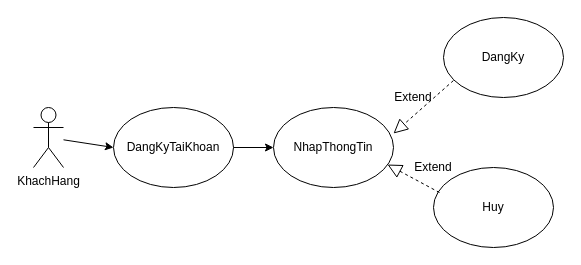
phamhieudev/BatDongSan keeps this draw.io diagram as page "dangky" (4 of 19) of usecasetongquatbds.drawio. Above is the earlier version. Source tidied: cells renumbered, new cells numbered last; positions are measured from the earlier drawing's top-left corner, leaving out a move shared by most shapes. Both pictures are drawn from the tidied source at 100%, with x=0, y=0 at pixel (33, 17).
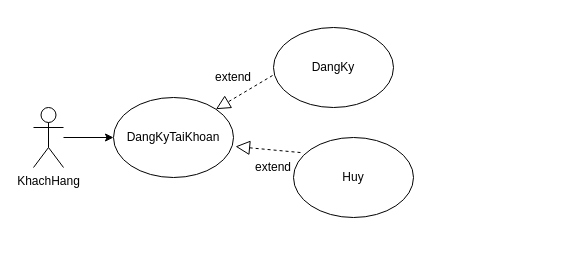
The same page after the edit.

The edit, as a diff of the source:
```diff
@@
 <mxGraphModel>
   <root>
     <mxCell id="0" />
     <mxCell id="1" parent="0" />
     <mxCell id="2" value="KhachHang" style="shape=umlActor;verticalLabelPosition=bottom;verticalAlign=top;html=1;outlineConnect=0;" parent="1" vertex="1">
       <mxGeometry y="90" width="30" height="60" as="geometry" />
     </mxCell>
     <mxCell id="3" value="DangKyTaiKhoan" style="ellipse;whiteSpace=wrap;html=1;" parent="1" vertex="1">
-      <mxGeometry x="80" y="90" width="120" height="80" as="geometry" />
+      <mxGeometry x="80" y="80" width="120" height="80" as="geometry" />
     </mxCell>
-    <mxCell id="4" value="NhapThongTin" style="ellipse;whiteSpace=wrap;html=1;" parent="1" vertex="1">
-      <mxGeometry x="240" y="90" width="120" height="80" as="geometry" />
-    </mxCell>
+    <mxCell id="7" style="endArrow=classic;html=1;entryX=0;entryY=0.5;entryDx=0;entryDy=0;" parent="1" edge="1" source="2" target="3">
+      <mxGeometry relative="1" as="geometry" />
+    </mxCell>
     <mxCell id="5" value="DangKy" style="ellipse;whiteSpace=wrap;html=1;" parent="1" vertex="1">
-      <mxGeometry x="410" width="120" height="80" as="geometry" />
+      <mxGeometry x="240" y="10" width="120" height="80" as="geometry" />
     </mxCell>
     <mxCell id="6" value="Huy" style="ellipse;whiteSpace=wrap;html=1;" parent="1" vertex="1">
-      <mxGeometry x="400" y="150" width="120" height="80" as="geometry" />
+      <mxGeometry x="260" y="120" width="120" height="80" as="geometry" />
     </mxCell>
-    <mxCell id="7" style="endArrow=classic;html=1;entryX=0;entryY=0.5;entryDx=0;entryDy=0;" parent="1" edge="1" source="2" target="3">
-      <mxGeometry relative="1" as="geometry" />
-    </mxCell>
-    <mxCell id="8" style="endArrow=classic;html=1;exitX=1;exitY=0.5;exitDx=0;exitDy=0;entryX=0;entryY=0.5;entryDx=0;entryDy=0;" parent="1" edge="1" source="3" target="4">
-      <mxGeometry relative="1" as="geometry" />
-    </mxCell>
-    <mxCell id="9" style="endArrow=block;dashed=1;endFill=0;endSize=12;html=1;entryX=1;entryY=0.325;entryDx=0;entryDy=0;entryPerimeter=0;exitX=0.083;exitY=0.788;exitDx=0;exitDy=0;exitPerimeter=0;" parent="1" edge="1" source="5" target="4">
-      <mxGeometry relative="1" as="geometry" />
-    </mxCell>
-    <mxCell id="10" style="endArrow=block;dashed=1;endFill=0;endSize=12;html=1;entryX=0.95;entryY=0.713;entryDx=0;entryDy=0;entryPerimeter=0;exitX=0.05;exitY=0.313;exitDx=0;exitDy=0;exitPerimeter=0;" parent="1" edge="1" source="6" target="4">
-      <mxGeometry relative="1" as="geometry" />
-    </mxCell>
-    <mxCell id="11" value="Extend" style="text;html=1;strokeColor=none;fillColor=none;align=center;verticalAlign=middle;whiteSpace=wrap;rounded=0;" parent="1" vertex="1">
-      <mxGeometry x="360" y="70" width="40" height="20" as="geometry" />
-    </mxCell>
-    <mxCell id="12" value="Extend" style="text;html=1;strokeColor=none;fillColor=none;align=center;verticalAlign=middle;whiteSpace=wrap;rounded=0;" parent="1" vertex="1">
-      <mxGeometry x="380" y="140" width="40" height="20" as="geometry" />
-    </mxCell>
+    <mxCell id="13" style="endArrow=block;dashed=1;endFill=0;endSize=12;html=1;entryX=1;entryY=0;entryDx=0;entryDy=0;exitX=-0.008;exitY=0.6;exitDx=0;exitDy=0;exitPerimeter=0;" parent="1" edge="1" source="5">
+      <mxGeometry relative="1" as="geometry">
+        <mxPoint x="182.4" y="91.7" as="targetPoint" />
+      </mxGeometry>
+    </mxCell>
+    <mxCell id="14" style="endArrow=block;dashed=1;endFill=0;endSize=12;html=1;entryX=1.017;entryY=0.613;entryDx=0;entryDy=0;exitX=0.058;exitY=0.188;exitDx=0;exitDy=0;exitPerimeter=0;entryPerimeter=0;" parent="1" edge="1" source="6">
+      <mxGeometry relative="1" as="geometry">
+        <mxPoint x="202" y="129" as="targetPoint" />
+      </mxGeometry>
+    </mxCell>
+    <mxCell id="15" value="extend" style="text;html=1;strokeColor=none;fillColor=none;align=center;verticalAlign=middle;whiteSpace=wrap;rounded=0;" parent="1" vertex="1">
+      <mxGeometry x="180" y="50" width="40" height="20" as="geometry" />
+    </mxCell>
+    <mxCell id="16" value="extend" style="text;html=1;strokeColor=none;fillColor=none;align=center;verticalAlign=middle;whiteSpace=wrap;rounded=0;" parent="1" vertex="1">
+      <mxGeometry x="220" y="140" width="40" height="20" as="geometry" />
+    </mxCell>
   </root>
 </mxGraphModel>
```
